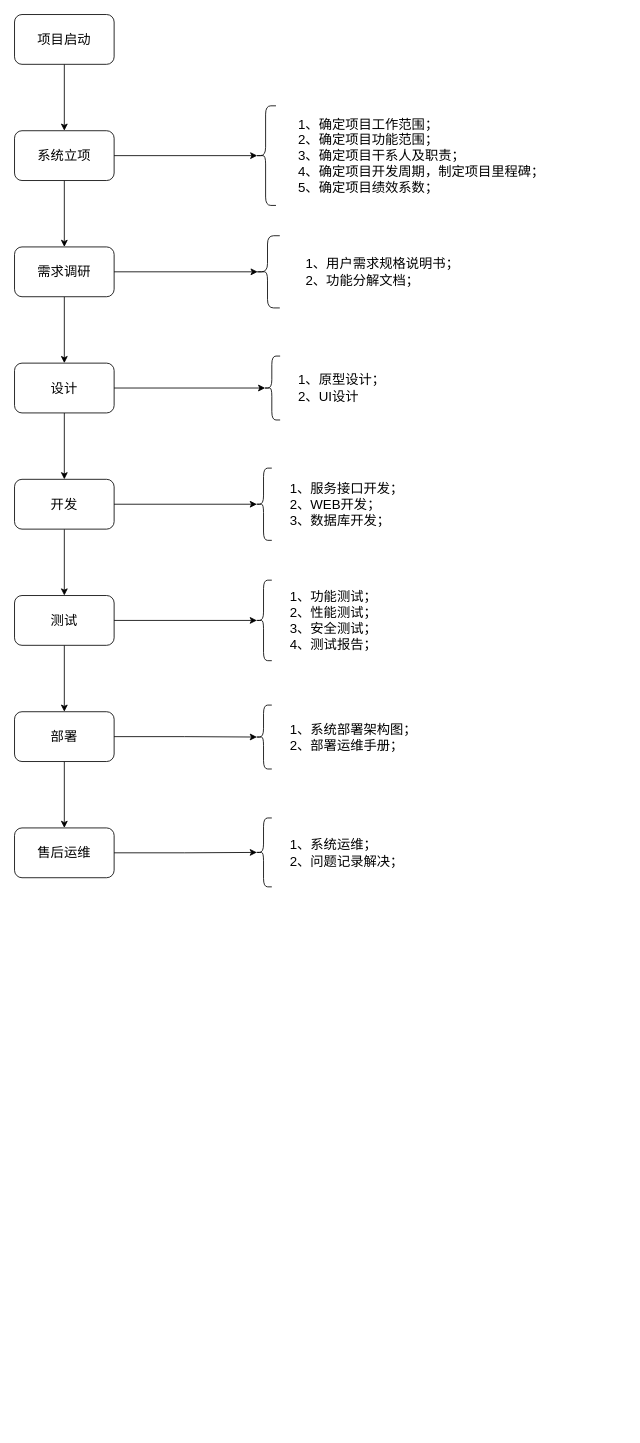
Earlier version of the draw.io diagram 项目管理&绩效考核.drawio (z-cloud-z/draw). Source tidied: cells renumbered, new cells numbered last; positions are measured from the earlier drawing's top-left corner, leaving out a move shared by most shapes. Both pictures are drawn from the tidied source at 83%, with x=0, y=0 at pixel (14, 14).
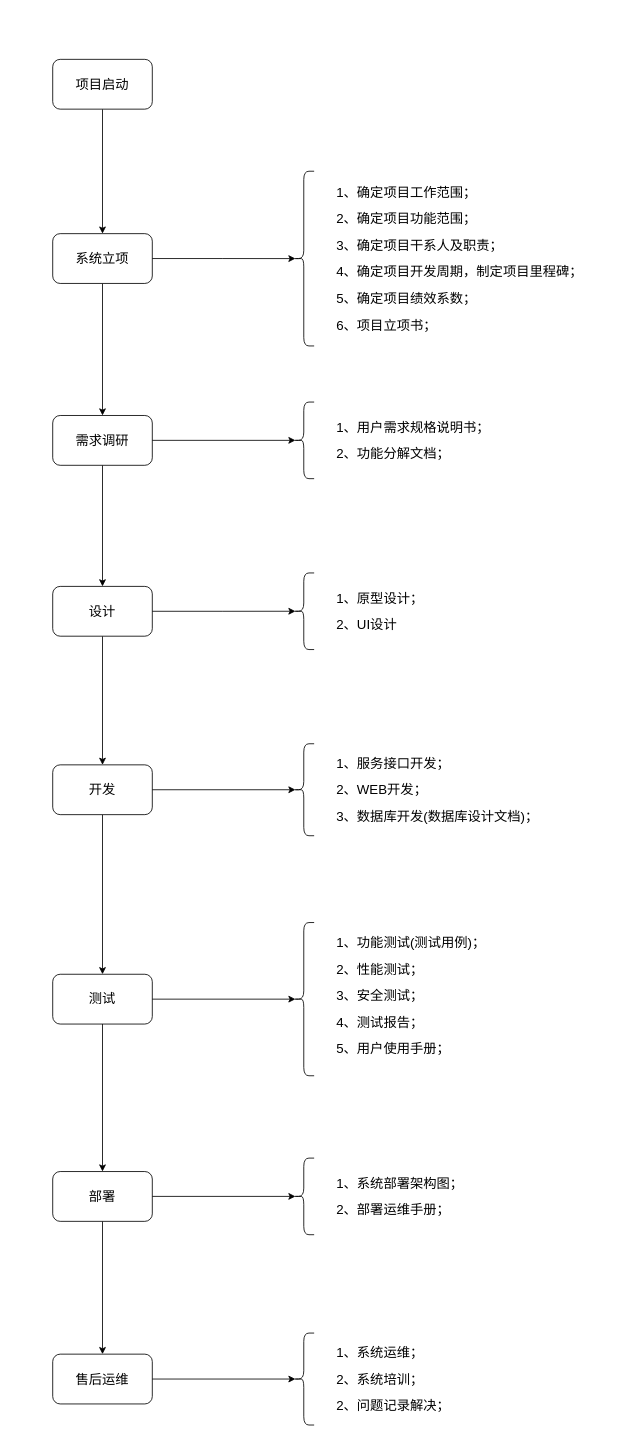
Above is the later version.

Commit message:
更新项目管理&绩效考核.drawio

Diff of the diagram source:
```diff
@@
     <mxCell id="3" value="项目启动" style="rounded=1;whiteSpace=wrap;html=1;fontSize=16;" parent="1" vertex="1">
-      <mxGeometry width="120" height="60" as="geometry" />
+      <mxGeometry x="46" y="54" width="120" height="60" as="geometry" />
     </mxCell>
@@
     <mxCell id="5" value="系统立项" style="whiteSpace=wrap;html=1;rounded=1;fontSize=16;" parent="1" vertex="1">
-      <mxGeometry y="140" width="120" height="60" as="geometry" />
+      <mxGeometry x="46" y="264" width="120" height="60" as="geometry" />
     </mxCell>
@@
     <mxCell id="7" value="需求调研" style="whiteSpace=wrap;html=1;rounded=1;fontSize=16;" parent="1" vertex="1">
-      <mxGeometry y="280" width="120" height="60" as="geometry" />
+      <mxGeometry x="46" y="483.1" width="120" height="60" as="geometry" />
     </mxCell>
@@
     <mxCell id="9" value="设计" style="whiteSpace=wrap;html=1;rounded=1;fontSize=16;" parent="1" vertex="1">
-      <mxGeometry y="420" width="120" height="60" as="geometry" />
+      <mxGeometry x="46" y="689" width="120" height="60" as="geometry" />
     </mxCell>
@@
     <mxCell id="11" value="开发" style="whiteSpace=wrap;html=1;rounded=1;fontSize=16;" parent="1" vertex="1">
-      <mxGeometry y="560" width="120" height="60" as="geometry" />
+      <mxGeometry x="46" y="904" width="120" height="60" as="geometry" />
     </mxCell>
@@
     <mxCell id="13" value="测试" style="whiteSpace=wrap;html=1;rounded=1;fontSize=16;" parent="1" vertex="1">
-      <mxGeometry y="700" width="120" height="60" as="geometry" />
+      <mxGeometry x="46" y="1156.3" width="120" height="60" as="geometry" />
     </mxCell>
@@
     <mxCell id="15" value="部署" style="whiteSpace=wrap;html=1;rounded=1;fontSize=16;" parent="1" vertex="1">
-      <mxGeometry y="840" width="120" height="60" as="geometry" />
+      <mxGeometry x="46" y="1394" width="120" height="60" as="geometry" />
     </mxCell>
     <mxCell id="16" value="售后运维" style="whiteSpace=wrap;html=1;rounded=1;fontSize=16;" parent="1" vertex="1">
-      <mxGeometry y="980" width="120" height="60" as="geometry" />
+      <mxGeometry x="46" y="1614" width="120" height="60" as="geometry" />
     </mxCell>
@@
     <mxCell id="18" style="group;fontSize=16;" parent="1" vertex="1">
-      <mxGeometry x="290" y="105" width="400" height="130" as="geometry" />
+      <mxGeometry x="336" y="180" width="400" height="228" as="geometry" />
     </mxCell>
     <mxCell id="19" style="shape=curlyBracket;whiteSpace=wrap;html=1;rounded=1;labelPosition=left;verticalLabelPosition=middle;align=right;verticalAlign=middle;fontSize=16;" parent="18" vertex="1">
-      <mxGeometry y="5" width="25" height="120" as="geometry" />
+      <mxGeometry y="8.8" width="25" height="210.5" as="geometry" />
     </mxCell>
-    <mxCell id="20" value="&lt;p style=&quot;line-height: 120%;&quot;&gt;1、确定项目工作范围；&lt;br style=&quot;font-size: 16px;&quot;&gt;2、确定项目功能范围；&lt;br style=&quot;font-size: 16px;&quot;&gt;3、确定项目干系人及职责；&lt;br style=&quot;font-size: 16px;&quot;&gt;4、确定项目开发周期，制定项目里程碑；&lt;br style=&quot;font-size: 16px;&quot;&gt;5、确定项目绩效系数；&lt;/p&gt;" style="text;html=1;strokeColor=none;fillColor=none;align=left;verticalAlign=middle;whiteSpace=wrap;rounded=0;horizontal=1;fontSize=16;" parent="18" vertex="1">
-      <mxGeometry x="50" width="350" height="130" as="geometry" />
+    <mxCell id="20" value="&lt;p style=&quot;line-height: 100%;&quot;&gt;1、确定项目工作范围；&lt;/p&gt;&lt;p style=&quot;line-height: 100%;&quot;&gt;2、确定项目功能范围；&lt;/p&gt;&lt;p style=&quot;line-height: 100%;&quot;&gt;3、确定项目干系人及职责；&lt;/p&gt;&lt;p style=&quot;line-height: 100%;&quot;&gt;4、确定项目开发周期，制定项目里程碑；&lt;/p&gt;&lt;p style=&quot;line-height: 100%;&quot;&gt;5、确定项目绩效系数；&lt;/p&gt;&lt;p style=&quot;line-height: 100%;&quot;&gt;6、项目立项书；&lt;/p&gt;" style="text;html=1;strokeColor=none;fillColor=none;align=left;verticalAlign=middle;whiteSpace=wrap;rounded=0;horizontal=1;fontSize=16;" parent="18" vertex="1">
+      <mxGeometry x="50" width="350" height="228" as="geometry" />
     </mxCell>
-    <mxCell id="21" style="edgeStyle=orthogonalEdgeStyle;rounded=0;jettySize=auto;html=1;entryX=0.1;entryY=0.5;entryDx=0;entryDy=0;entryPerimeter=0;fontSize=16;" parent="1" edge="1" source="7" target="23">
+    <mxCell id="21" style="edgeStyle=orthogonalEdgeStyle;rounded=0;jettySize=auto;html=1;entryX=0.1;entryY=0.5;entryDx=0;entryDy=0;entryPerimeter=0;fontSize=16;" parent="1" edge="1" source="7" target="46">
       <mxGeometry relative="1" as="geometry" />
     </mxCell>
-    <mxCell id="22" style="group;fontSize=16;verticalAlign=middle;" parent="1" vertex="1">
-      <mxGeometry x="290" y="266.5" width="370" height="87" as="geometry" />
-    </mxCell>
-    <mxCell id="23" style="shape=curlyBracket;whiteSpace=wrap;html=1;rounded=1;labelPosition=left;verticalLabelPosition=middle;align=right;verticalAlign=middle;fontSize=16;" parent="22" vertex="1">
-      <mxGeometry width="29.6" height="87" as="geometry" />
-    </mxCell>
+    <mxCell id="28" style="edgeStyle=orthogonalEdgeStyle;rounded=0;jettySize=auto;html=1;entryX=0.1;entryY=0.5;entryDx=0;entryDy=0;entryPerimeter=0;fontSize=16;" parent="1" edge="1" source="9" target="48">
+      <mxGeometry relative="1" as="geometry" />
+    </mxCell>
+    <mxCell id="32" style="edgeStyle=orthogonalEdgeStyle;rounded=0;jettySize=auto;html=1;fontSize=16;entryX=0.1;entryY=0.5;entryDx=0;entryDy=0;entryPerimeter=0;" parent="1" edge="1" source="11" target="50">
+      <mxGeometry relative="1" as="geometry" />
+    </mxCell>
+    <mxCell id="36" style="edgeStyle=orthogonalEdgeStyle;rounded=0;jettySize=auto;html=1;fontSize=16;entryX=0.1;entryY=0.5;entryDx=0;entryDy=0;entryPerimeter=0;" parent="1" edge="1" source="13" target="53">
+      <mxGeometry relative="1" as="geometry" />
+    </mxCell>
+    <mxCell id="40" style="edgeStyle=orthogonalEdgeStyle;rounded=0;jettySize=auto;html=1;entryX=0.1;entryY=0.5;entryDx=0;entryDy=0;entryPerimeter=0;fontSize=16;" parent="1" edge="1" source="15" target="56">
+      <mxGeometry relative="1" as="geometry" />
+    </mxCell>
+    <mxCell id="44" style="edgeStyle=orthogonalEdgeStyle;rounded=0;jettySize=auto;html=1;entryX=0.1;entryY=0.5;entryDx=0;entryDy=0;entryPerimeter=0;fontSize=16;" parent="1" edge="1" source="16" target="58">
+      <mxGeometry relative="1" as="geometry" />
+    </mxCell>
+    <mxCell id="45" style="group;fontSize=16;" parent="1" vertex="1">
+      <mxGeometry x="336" y="463.1" width="400" height="100" as="geometry" />
+    </mxCell>
+    <mxCell id="46" style="shape=curlyBracket;whiteSpace=wrap;html=1;rounded=1;labelPosition=left;verticalLabelPosition=middle;align=right;verticalAlign=middle;fontSize=16;" parent="45" vertex="1">
+      <mxGeometry y="3.8" width="25" height="92.3" as="geometry" />
+    </mxCell>
-    <mxCell id="24" value="1、用户需求规格说明书；&lt;br style=&quot;font-size: 16px;&quot;&gt;2、功能分解文档；" style="text;html=1;strokeColor=none;fillColor=none;align=left;verticalAlign=middle;whiteSpace=wrap;rounded=0;fontSize=16;" parent="22" vertex="1">
-      <mxGeometry x="59.2" width="310.8" height="87" as="geometry" />
+    <mxCell id="24" value="&lt;p style=&quot;line-height: 100%;&quot;&gt;1、用户需求规格说明书；&lt;/p&gt;&lt;p style=&quot;line-height: 100%;&quot;&gt;2、功能分解文档；&lt;/p&gt;" style="text;html=1;strokeColor=none;fillColor=none;align=left;verticalAlign=middle;whiteSpace=wrap;rounded=0;horizontal=1;fontSize=16;" parent="45" vertex="1">
+      <mxGeometry x="50" width="350" height="100" as="geometry" />
     </mxCell>
-    <mxCell id="25" style="group;fontSize=16;" parent="1" vertex="1">
-      <mxGeometry x="300" y="411.5" width="250" height="77" as="geometry" />
-    </mxCell>
-    <mxCell id="26" style="shape=curlyBracket;whiteSpace=wrap;html=1;rounded=1;labelPosition=left;verticalLabelPosition=middle;align=right;verticalAlign=middle;fontSize=16;" parent="25" vertex="1">
-      <mxGeometry width="20" height="77" as="geometry" />
-    </mxCell>
+    <mxCell id="47" style="group;fontSize=16;" parent="1" vertex="1">
+      <mxGeometry x="336" y="669" width="400" height="100" as="geometry" />
+    </mxCell>
+    <mxCell id="48" style="shape=curlyBracket;whiteSpace=wrap;html=1;rounded=1;labelPosition=left;verticalLabelPosition=middle;align=right;verticalAlign=middle;fontSize=16;" parent="47" vertex="1">
+      <mxGeometry y="3.8" width="25" height="92.3" as="geometry" />
+    </mxCell>
-    <mxCell id="27" value="1、原型设计；&lt;br style=&quot;font-size: 16px;&quot;&gt;2、UI设计" style="text;html=1;strokeColor=none;fillColor=none;align=left;verticalAlign=middle;whiteSpace=wrap;rounded=0;fontSize=16;" parent="25" vertex="1">
-      <mxGeometry x="40" width="210" height="77" as="geometry" />
+    <mxCell id="27" value="&lt;p style=&quot;line-height: 100%;&quot;&gt;1、原型设计；&lt;/p&gt;&lt;p style=&quot;line-height: 100%;&quot;&gt;2、UI设计&lt;/p&gt;" style="text;html=1;strokeColor=none;fillColor=none;align=left;verticalAlign=middle;whiteSpace=wrap;rounded=0;horizontal=1;fontSize=16;" parent="47" vertex="1">
+      <mxGeometry x="50" width="350" height="100" as="geometry" />
     </mxCell>
-    <mxCell id="28" style="edgeStyle=orthogonalEdgeStyle;rounded=0;jettySize=auto;html=1;entryX=0.1;entryY=0.5;entryDx=0;entryDy=0;entryPerimeter=0;fontSize=16;" parent="1" edge="1" source="9" target="26">
-      <mxGeometry relative="1" as="geometry" />
-    </mxCell>
-    <mxCell id="29" style="group;fontSize=16;verticalAlign=middle;" parent="1" vertex="1">
-      <mxGeometry x="290" y="546.5" width="250" height="87" as="geometry" />
-    </mxCell>
-    <mxCell id="30" style="shape=curlyBracket;whiteSpace=wrap;html=1;rounded=1;labelPosition=left;verticalLabelPosition=middle;align=right;verticalAlign=middle;fontSize=16;" parent="29" vertex="1">
-      <mxGeometry width="20" height="87" as="geometry" />
-    </mxCell>
-    <mxCell id="31" value="1、服务接口开发；&lt;br style=&quot;font-size: 16px;&quot;&gt;2、WEB开发；&lt;br style=&quot;font-size: 16px;&quot;&gt;3、数据库开发；" style="text;html=1;strokeColor=none;fillColor=none;align=left;verticalAlign=middle;whiteSpace=wrap;rounded=0;fontSize=16;" parent="29" vertex="1">
-      <mxGeometry x="40" width="210" height="87" as="geometry" />
-    </mxCell>
-    <mxCell id="32" style="edgeStyle=orthogonalEdgeStyle;rounded=0;jettySize=auto;html=1;entryX=0.1;entryY=0.5;entryDx=0;entryDy=0;entryPerimeter=0;fontSize=16;" parent="1" edge="1" source="11" target="30">
-      <mxGeometry relative="1" as="geometry" />
-    </mxCell>
-    <mxCell id="33" style="group;fontSize=16;" parent="1" vertex="1">
-      <mxGeometry x="290" y="681.5" width="250" height="97" as="geometry" />
-    </mxCell>
-    <mxCell id="34" style="shape=curlyBracket;whiteSpace=wrap;html=1;rounded=1;labelPosition=left;verticalLabelPosition=middle;align=right;verticalAlign=middle;fontSize=16;" parent="33" vertex="1">
-      <mxGeometry width="20" height="97" as="geometry" />
-    </mxCell>
-    <mxCell id="35" value="1、功能测试；&lt;br style=&quot;font-size: 16px;&quot;&gt;2、性能测试；&lt;br style=&quot;font-size: 16px;&quot;&gt;3、安全测试；&lt;br style=&quot;font-size: 16px;&quot;&gt;4、测试报告；" style="text;html=1;strokeColor=none;fillColor=none;align=left;verticalAlign=middle;whiteSpace=wrap;rounded=0;fontSize=16;" parent="33" vertex="1">
-      <mxGeometry x="40" width="210" height="97" as="geometry" />
-    </mxCell>
-    <mxCell id="36" style="edgeStyle=orthogonalEdgeStyle;rounded=0;jettySize=auto;html=1;entryX=0.1;entryY=0.5;entryDx=0;entryDy=0;entryPerimeter=0;fontSize=16;" parent="1" edge="1" source="13" target="34">
-      <mxGeometry relative="1" as="geometry" />
-    </mxCell>
-    <mxCell id="37" style="group;fontSize=16;" parent="1" vertex="1">
-      <mxGeometry x="290" y="832" width="250" height="77" as="geometry" />
-    </mxCell>
-    <mxCell id="38" style="shape=curlyBracket;whiteSpace=wrap;html=1;rounded=1;labelPosition=left;verticalLabelPosition=middle;align=right;verticalAlign=middle;fontSize=16;" parent="37" vertex="1">
-      <mxGeometry width="20" height="77" as="geometry" />
-    </mxCell>
+    <mxCell id="49" style="group;fontSize=16;" parent="1" vertex="1">
+      <mxGeometry x="336" y="874" width="400" height="120" as="geometry" />
+    </mxCell>
+    <mxCell id="50" style="shape=curlyBracket;whiteSpace=wrap;html=1;rounded=1;labelPosition=left;verticalLabelPosition=middle;align=right;verticalAlign=middle;fontSize=16;" parent="49" vertex="1">
+      <mxGeometry y="4.6" width="25" height="110.8" as="geometry" />
+    </mxCell>
+    <mxCell id="51" value="&lt;p style=&quot;line-height: 100%;&quot;&gt;1、服务接口开发；&lt;/p&gt;&lt;p style=&quot;line-height: 100%;&quot;&gt;2、WEB开发；&lt;/p&gt;&lt;p style=&quot;line-height: 100%;&quot;&gt;3、数据库开发(数据库设计文档)；&lt;/p&gt;" style="text;html=1;strokeColor=none;fillColor=none;align=left;verticalAlign=middle;whiteSpace=wrap;rounded=0;horizontal=1;fontSize=16;" parent="49" vertex="1">
+      <mxGeometry x="50" width="350" height="120" as="geometry" />
+    </mxCell>
+    <mxCell id="52" style="group;fontSize=16;" parent="1" vertex="1">
+      <mxGeometry x="336" y="1086.3" width="400" height="200" as="geometry" />
+    </mxCell>
+    <mxCell id="53" style="shape=curlyBracket;whiteSpace=wrap;html=1;rounded=1;labelPosition=left;verticalLabelPosition=middle;align=right;verticalAlign=middle;fontSize=16;" parent="52" vertex="1">
+      <mxGeometry y="7.7" width="25" height="184.6" as="geometry" />
+    </mxCell>
+    <mxCell id="54" value="&lt;p style=&quot;line-height: 100%;&quot;&gt;1、功能测试(测试用例)；&lt;/p&gt;&lt;p style=&quot;line-height: 100%;&quot;&gt;2、性能测试；&lt;/p&gt;&lt;p style=&quot;line-height: 100%;&quot;&gt;3、安全测试；&lt;/p&gt;&lt;p style=&quot;line-height: 100%;&quot;&gt;4、测试报告；&lt;/p&gt;&lt;p style=&quot;line-height: 100%;&quot;&gt;5、用户使用手册；&lt;/p&gt;" style="text;html=1;strokeColor=none;fillColor=none;align=left;verticalAlign=middle;whiteSpace=wrap;rounded=0;horizontal=1;fontSize=16;" parent="52" vertex="1">
+      <mxGeometry x="50" width="350" height="190.5" as="geometry" />
+    </mxCell>
+    <mxCell id="55" style="group;fontSize=16;" parent="1" vertex="1">
+      <mxGeometry x="336" y="1374" width="400" height="100" as="geometry" />
+    </mxCell>
+    <mxCell id="56" style="shape=curlyBracket;whiteSpace=wrap;html=1;rounded=1;labelPosition=left;verticalLabelPosition=middle;align=right;verticalAlign=middle;fontSize=16;" parent="55" vertex="1">
+      <mxGeometry y="3.8" width="25" height="92.3" as="geometry" />
+    </mxCell>
-    <mxCell id="39" value="1、系统部署架构图；&lt;br style=&quot;font-size: 16px;&quot;&gt;2、部署运维手册；" style="text;html=1;strokeColor=none;fillColor=none;align=left;verticalAlign=middle;whiteSpace=wrap;rounded=0;fontSize=16;" parent="37" vertex="1">
-      <mxGeometry x="40" width="210" height="77" as="geometry" />
+    <mxCell id="39" value="&lt;p style=&quot;line-height: 100%;&quot;&gt;1、系统部署架构图；&lt;/p&gt;&lt;p style=&quot;line-height: 100%;&quot;&gt;2、部署运维手册；&lt;/p&gt;" style="text;html=1;strokeColor=none;fillColor=none;align=left;verticalAlign=middle;whiteSpace=wrap;rounded=0;horizontal=1;fontSize=16;" parent="55" vertex="1">
+      <mxGeometry x="50" width="350" height="100" as="geometry" />
     </mxCell>
-    <mxCell id="40" style="edgeStyle=orthogonalEdgeStyle;rounded=0;jettySize=auto;html=1;entryX=0.1;entryY=0.5;entryDx=0;entryDy=0;entryPerimeter=0;fontSize=16;" parent="1" edge="1" source="15" target="38">
-      <mxGeometry relative="1" as="geometry" />
-    </mxCell>
-    <mxCell id="41" style="group;fontSize=16;" parent="1" vertex="1">
-      <mxGeometry x="290" y="968" width="250" height="83" as="geometry" />
-    </mxCell>
-    <mxCell id="42" style="shape=curlyBracket;whiteSpace=wrap;html=1;rounded=1;labelPosition=left;verticalLabelPosition=middle;align=right;verticalAlign=middle;fontSize=16;" parent="41" vertex="1">
-      <mxGeometry width="20" height="83" as="geometry" />
-    </mxCell>
-    <mxCell id="43" value="1、系统运维；&lt;br style=&quot;font-size: 16px;&quot;&gt;2、问题记录解决；" style="text;html=1;strokeColor=none;fillColor=none;align=left;verticalAlign=middle;whiteSpace=wrap;rounded=0;fontSize=16;" parent="41" vertex="1">
-      <mxGeometry x="40" width="210" height="83" as="geometry" />
-    </mxCell>
-    <mxCell id="44" style="edgeStyle=orthogonalEdgeStyle;rounded=0;jettySize=auto;html=1;entryX=0.1;entryY=0.5;entryDx=0;entryDy=0;entryPerimeter=0;fontSize=16;" parent="1" edge="1" source="16" target="42">
-      <mxGeometry relative="1" as="geometry" />
-    </mxCell>
+    <mxCell id="57" style="group;fontSize=16;" parent="1" vertex="1">
+      <mxGeometry x="336" y="1584" width="400" height="120" as="geometry" />
+    </mxCell>
+    <mxCell id="58" style="shape=curlyBracket;whiteSpace=wrap;html=1;rounded=1;labelPosition=left;verticalLabelPosition=middle;align=right;verticalAlign=middle;fontSize=16;" parent="57" vertex="1">
+      <mxGeometry y="4.6" width="25" height="110.8" as="geometry" />
+    </mxCell>
+    <mxCell id="59" value="&lt;p style=&quot;line-height: 100%;&quot;&gt;1、系统运维；&lt;/p&gt;&lt;p style=&quot;line-height: 100%;&quot;&gt;2、系统培训；&lt;/p&gt;&lt;p style=&quot;line-height: 100%;&quot;&gt;2、问题记录解决；&lt;/p&gt;" style="text;html=1;strokeColor=none;fillColor=none;align=left;verticalAlign=middle;whiteSpace=wrap;rounded=0;horizontal=1;fontSize=16;" parent="57" vertex="1">
+      <mxGeometry x="50" width="350" height="120" as="geometry" />
+    </mxCell>
```
